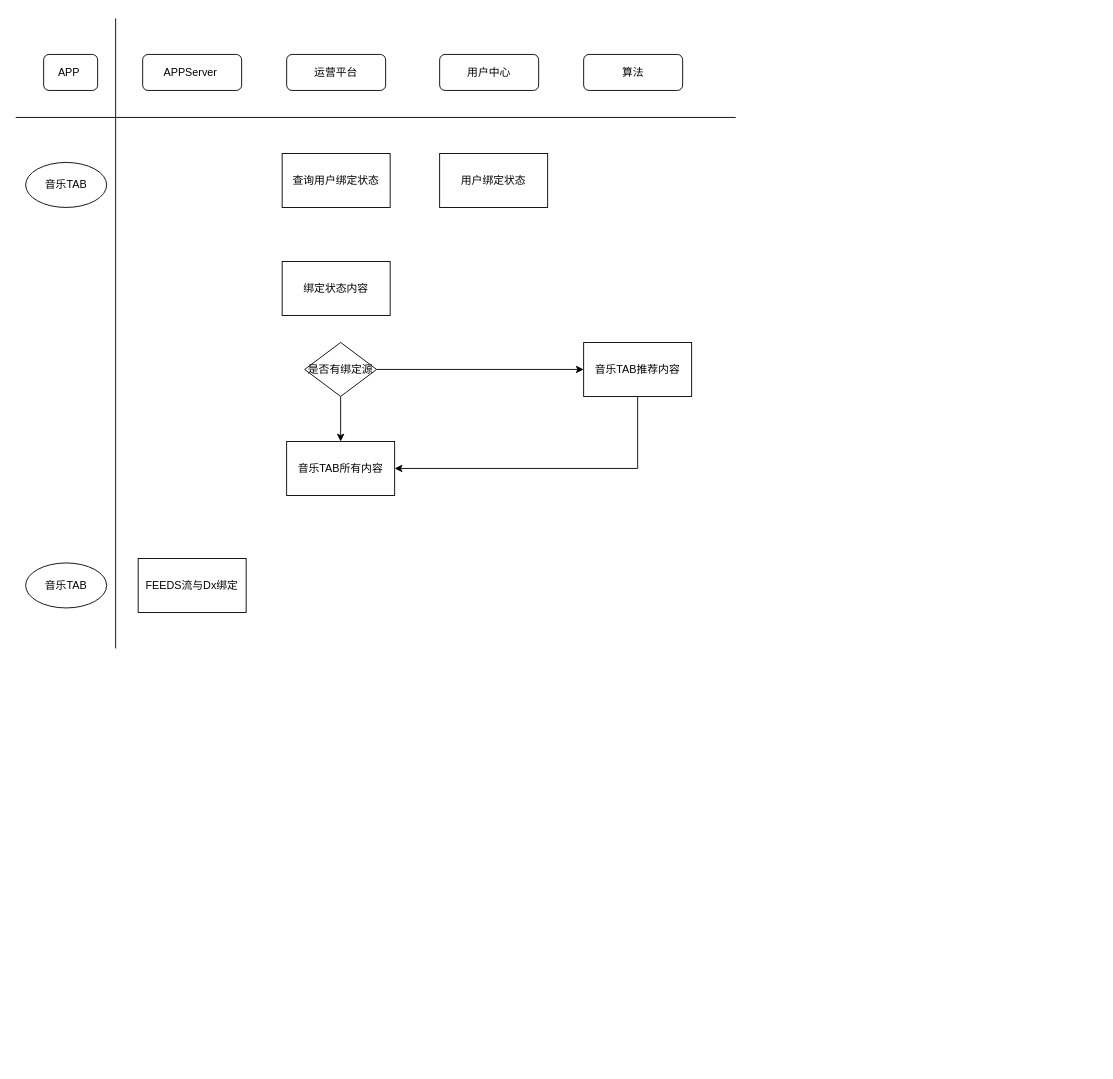
Above: 未绑定状态.drawio in Mcdhcnhk0o0/exercise (draw.io), before the change. Source tidied: cells renumbered, new cells numbered last; positions are measured from the earlier drawing's top-left corner, leaving out a move shared by most shapes. Both pictures are drawn from the tidied source at 90%, with x=0, y=0 at pixel (15, 18).
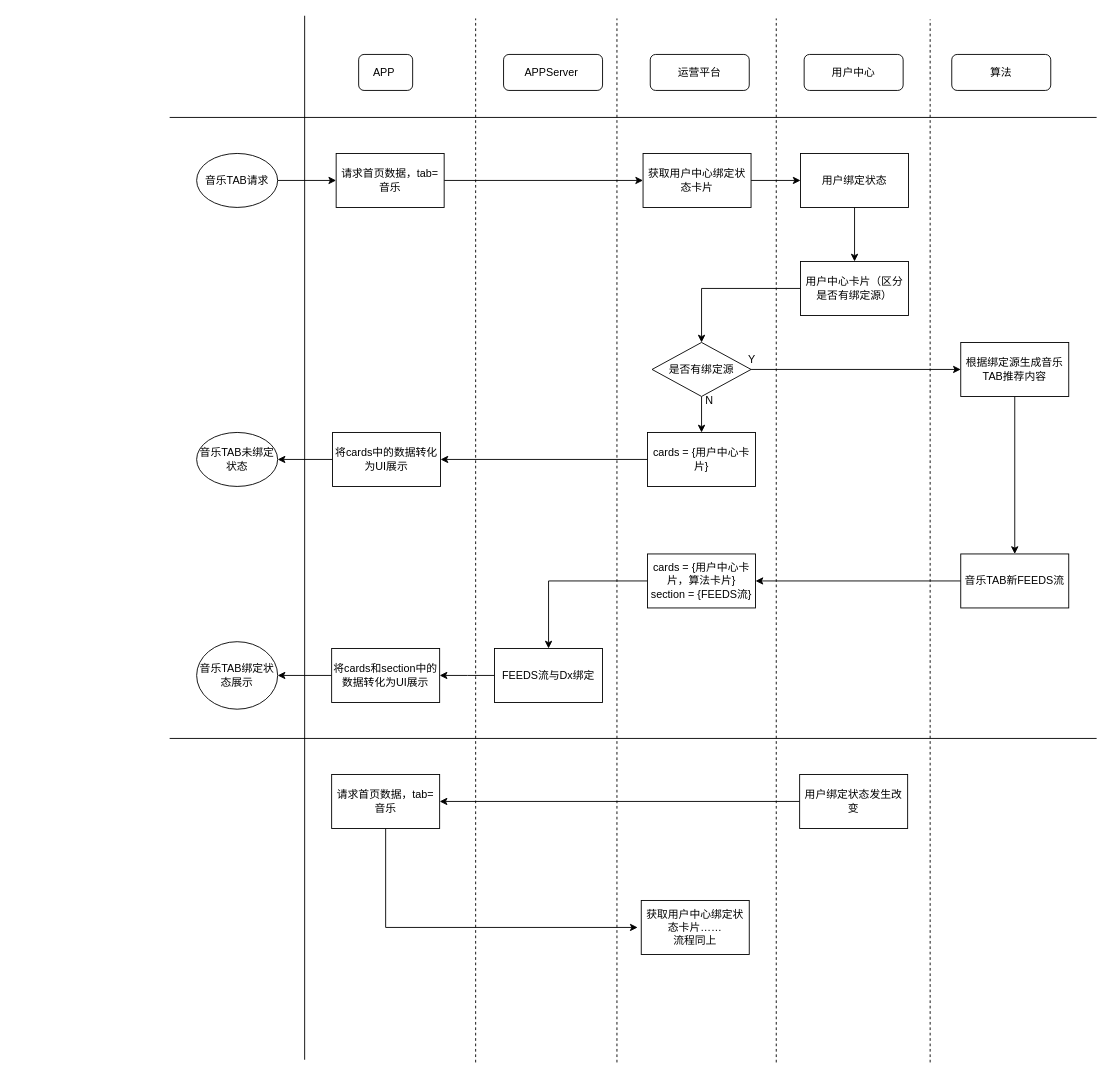
The same page after the edit.

Commit message:
更新未绑定状态.drawio

Diff of the diagram source:
```diff
@@
     <mxCell id="2" value="APP&amp;nbsp;" style="rounded=1;whiteSpace=wrap;html=1;fontSize=12;glass=0;strokeWidth=1;shadow=0;" parent="1" vertex="1">
-      <mxGeometry x="31" y="40" width="60" height="40" as="geometry" />
+      <mxGeometry x="381" y="40" width="60" height="40" as="geometry" />
     </mxCell>
     <mxCell id="3" value="APPServer&amp;nbsp;" style="rounded=1;whiteSpace=wrap;html=1;fontSize=12;glass=0;strokeWidth=1;shadow=0;" parent="1" vertex="1">
-      <mxGeometry x="141" y="40" width="110" height="40" as="geometry" />
+      <mxGeometry x="542" y="40" width="110" height="40" as="geometry" />
     </mxCell>
     <mxCell id="4" value="运营平台" style="rounded=1;whiteSpace=wrap;html=1;fontSize=12;glass=0;strokeWidth=1;shadow=0;" parent="1" vertex="1">
-      <mxGeometry x="301" y="40" width="110" height="40" as="geometry" />
+      <mxGeometry x="705" y="40" width="110" height="40" as="geometry" />
     </mxCell>
     <mxCell id="5" value="用户中心" style="rounded=1;whiteSpace=wrap;html=1;fontSize=12;glass=0;strokeWidth=1;shadow=0;" parent="1" vertex="1">
-      <mxGeometry x="471" y="40" width="110" height="40" as="geometry" />
+      <mxGeometry x="876" y="40" width="110" height="40" as="geometry" />
     </mxCell>
     <mxCell id="6" value="算法" style="rounded=1;whiteSpace=wrap;html=1;fontSize=12;glass=0;strokeWidth=1;shadow=0;" parent="1" vertex="1">
-      <mxGeometry x="631" y="40" width="110" height="40" as="geometry" />
+      <mxGeometry x="1040" y="40" width="110" height="40" as="geometry" />
     </mxCell>
     <mxCell id="7" style="endArrow=none;html=1;rounded=0;" parent="1" edge="1">
       <mxGeometry relative="1" as="geometry">
-        <mxPoint y="110" as="sourcePoint" />
-        <mxPoint x="800" y="110" as="targetPoint" />
+        <mxPoint x="171" y="110" as="sourcePoint" />
+        <mxPoint x="1201" y="110" as="targetPoint" />
       </mxGeometry>
     </mxCell>
     <mxCell id="8" style="endArrow=none;html=1;rounded=0;" parent="1" edge="1">
       <mxGeometry relative="1" as="geometry">
-        <mxPoint x="111" y="700" as="sourcePoint" />
-        <mxPoint x="111" as="targetPoint" />
+        <mxPoint x="321" y="1157" as="sourcePoint" />
+        <mxPoint x="321" y="-3" as="targetPoint" />
       </mxGeometry>
     </mxCell>
+    <mxCell id="21" style="edgeStyle=orthogonalEdgeStyle;rounded=0;jettySize=auto;html=1;entryX=0;entryY=0.5;entryDx=0;entryDy=0;" parent="1" edge="1" source="9" target="50">
+      <mxGeometry relative="1" as="geometry" />
+    </mxCell>
-    <mxCell id="9" value="音乐TAB" style="ellipse;whiteSpace=wrap;html=1;" parent="1" vertex="1">
-      <mxGeometry x="11" y="160" width="90" height="50" as="geometry" />
+    <mxCell id="9" value="音乐TAB请求" style="ellipse;whiteSpace=wrap;html=1;" parent="1" vertex="1">
+      <mxGeometry x="201" y="150" width="90" height="60" as="geometry" />
     </mxCell>
+    <mxCell id="22" style="edgeStyle=orthogonalEdgeStyle;rounded=0;jettySize=auto;html=1;entryX=0.5;entryY=0;entryDx=0;entryDy=0;" parent="1" edge="1" source="10" target="14">
+      <mxGeometry relative="1" as="geometry" />
+    </mxCell>
-    <mxCell id="10" value="用户绑定状态" style="rounded=0;whiteSpace=wrap;html=1;" parent="1" vertex="1">
-      <mxGeometry x="471" y="150" width="120" height="60" as="geometry" />
+    <mxCell id="10" value="用户中心卡片（区分是否有绑定源）" style="rounded=0;whiteSpace=wrap;html=1;" parent="1" vertex="1">
+      <mxGeometry x="872" y="270" width="120" height="60" as="geometry" />
     </mxCell>
+    <mxCell id="23" style="edgeStyle=orthogonalEdgeStyle;rounded=0;jettySize=auto;html=1;entryX=0;entryY=0.5;entryDx=0;entryDy=0;" parent="1" edge="1" source="11" target="33">
+      <mxGeometry relative="1" as="geometry" />
+    </mxCell>
-    <mxCell id="11" value="查询用户绑定状态" style="rounded=0;whiteSpace=wrap;html=1;" parent="1" vertex="1">
-      <mxGeometry x="296" y="150" width="120" height="60" as="geometry" />
+    <mxCell id="11" value="获取用户中心绑定状态卡片" style="rounded=0;whiteSpace=wrap;html=1;" parent="1" vertex="1">
+      <mxGeometry x="697" y="150" width="120" height="60" as="geometry" />
     </mxCell>
+    <mxCell id="24" style="edgeStyle=orthogonalEdgeStyle;rounded=0;jettySize=auto;html=1;entryX=0.5;entryY=0;entryDx=0;entryDy=0;" parent="1" edge="1" source="14" target="31">
+      <mxGeometry relative="1" as="geometry" />
+    </mxCell>
@@
-    <mxCell id="13" style="edgeStyle=orthogonalEdgeStyle;rounded=0;jettySize=auto;html=1;entryX=0.5;entryY=0;entryDx=0;entryDy=0;" parent="1" edge="1" source="14" target="19">
-      <mxGeometry relative="1" as="geometry" />
-    </mxCell>
     <mxCell id="14" value="是否有绑定源" style="rhombus;whiteSpace=wrap;html=1;" parent="1" vertex="1">
-      <mxGeometry x="321" y="360" width="80" height="60" as="geometry" />
+      <mxGeometry x="707" y="360" width="110" height="60" as="geometry" />
     </mxCell>
-    <mxCell id="15" style="edgeStyle=orthogonalEdgeStyle;rounded=0;jettySize=auto;html=1;entryX=1;entryY=0.5;entryDx=0;entryDy=0;" parent="1" edge="1" source="16" target="19">
-      <mxGeometry relative="1" as="geometry">
-        <Array as="points">
-          <mxPoint x="691" y="500" />
-        </Array>
-      </mxGeometry>
-    </mxCell>
+    <mxCell id="25" style="edgeStyle=orthogonalEdgeStyle;rounded=0;jettySize=auto;html=1;entryX=0.5;entryY=0;entryDx=0;entryDy=0;" parent="1" edge="1" source="16" target="29">
+      <mxGeometry relative="1" as="geometry" />
+    </mxCell>
-    <mxCell id="16" value="音乐TAB推荐内容" style="rounded=0;whiteSpace=wrap;html=1;" parent="1" vertex="1">
-      <mxGeometry x="631" y="360" width="120" height="60" as="geometry" />
+    <mxCell id="16" value="根据绑定源生成音乐TAB推荐内容" style="rounded=0;whiteSpace=wrap;html=1;" parent="1" vertex="1">
+      <mxGeometry x="1050" y="360" width="120" height="60" as="geometry" />
     </mxCell>
-    <mxCell id="17" value="绑定状态内容" style="rounded=0;whiteSpace=wrap;html=1;" parent="1" vertex="1">
-      <mxGeometry x="296" y="270" width="120" height="60" as="geometry" />
-    </mxCell>
-    <mxCell id="18" value="音乐TAB" style="ellipse;whiteSpace=wrap;html=1;" parent="1" vertex="1">
-      <mxGeometry x="11" y="605" width="90" height="50" as="geometry" />
-    </mxCell>
+    <mxCell id="26" style="edgeStyle=orthogonalEdgeStyle;rounded=0;jettySize=auto;html=1;entryX=0.5;entryY=0;entryDx=0;entryDy=0;" parent="1" edge="1" source="19" target="20">
+      <mxGeometry relative="1" as="geometry" />
+    </mxCell>
-    <mxCell id="19" value="音乐TAB所有内容" style="rounded=0;whiteSpace=wrap;html=1;" parent="1" vertex="1">
-      <mxGeometry x="301" y="470" width="120" height="60" as="geometry" />
+    <mxCell id="19" value="cards = {用户中心卡片，算法卡片}&lt;br&gt;section = {FEEDS流}" style="rounded=0;whiteSpace=wrap;html=1;" parent="1" vertex="1">
+      <mxGeometry x="702" y="595" width="120" height="60" as="geometry" />
     </mxCell>
+    <mxCell id="27" style="edgeStyle=orthogonalEdgeStyle;rounded=0;jettySize=auto;html=1;" parent="1" edge="1" source="20">
+      <mxGeometry relative="1" as="geometry">
+        <mxPoint x="471" y="730" as="targetPoint" />
+      </mxGeometry>
+    </mxCell>
     <mxCell id="20" value="FEEDS流与Dx绑定" style="rounded=0;whiteSpace=wrap;html=1;" parent="1" vertex="1">
-      <mxGeometry x="136" y="600" width="120" height="60" as="geometry" />
+      <mxGeometry x="532" y="700" width="120" height="60" as="geometry" />
     </mxCell>
+    <mxCell id="28" style="edgeStyle=orthogonalEdgeStyle;rounded=0;jettySize=auto;html=1;entryX=1;entryY=0.5;entryDx=0;entryDy=0;" parent="1" edge="1" source="29" target="19">
+      <mxGeometry relative="1" as="geometry" />
+    </mxCell>
+    <mxCell id="29" value="音乐TAB新FEEDS流" style="rounded=0;whiteSpace=wrap;html=1;" parent="1" vertex="1">
+      <mxGeometry x="1050" y="595" width="120" height="60" as="geometry" />
+    </mxCell>
+    <mxCell id="30" style="edgeStyle=orthogonalEdgeStyle;rounded=0;jettySize=auto;html=1;entryX=1;entryY=0.5;entryDx=0;entryDy=0;" parent="1" edge="1" source="31" target="39">
+      <mxGeometry relative="1" as="geometry" />
+    </mxCell>
+    <mxCell id="31" value="cards = {用户中心卡片}" style="rounded=0;whiteSpace=wrap;html=1;" parent="1" vertex="1">
+      <mxGeometry x="702" y="460" width="120" height="60" as="geometry" />
+    </mxCell>
+    <mxCell id="32" style="edgeStyle=orthogonalEdgeStyle;rounded=0;jettySize=auto;html=1;entryX=0.5;entryY=0;entryDx=0;entryDy=0;" parent="1" edge="1" source="33" target="10">
+      <mxGeometry relative="1" as="geometry" />
+    </mxCell>
+    <mxCell id="33" value="用户绑定状态" style="rounded=0;whiteSpace=wrap;html=1;" parent="1" vertex="1">
+      <mxGeometry x="872" y="150" width="120" height="60" as="geometry" />
+    </mxCell>
+    <mxCell id="34" style="endArrow=none;html=1;rounded=0;dashed=1;" parent="1" edge="1">
+      <mxGeometry relative="1" as="geometry">
+        <mxPoint x="668" y="1160" as="sourcePoint" />
+        <mxPoint x="668" as="targetPoint" />
+      </mxGeometry>
+    </mxCell>
+    <mxCell id="35" style="endArrow=none;html=1;rounded=0;dashed=1;" parent="1" edge="1">
+      <mxGeometry relative="1" as="geometry">
+        <mxPoint x="845" y="1160" as="sourcePoint" />
+        <mxPoint x="845" as="targetPoint" />
+      </mxGeometry>
+    </mxCell>
+    <mxCell id="36" style="endArrow=none;html=1;rounded=0;dashed=1;" parent="1" edge="1">
+      <mxGeometry relative="1" as="geometry">
+        <mxPoint x="1016" y="1160" as="sourcePoint" />
+        <mxPoint x="1016" y="1" as="targetPoint" />
+      </mxGeometry>
+    </mxCell>
+    <mxCell id="37" value="Y" style="text;html=1;strokeColor=none;fillColor=none;align=center;verticalAlign=middle;whiteSpace=wrap;rounded=0;" parent="1" vertex="1">
+      <mxGeometry x="788" y="364" width="60" height="30" as="geometry" />
+    </mxCell>
+    <mxCell id="38" style="edgeStyle=orthogonalEdgeStyle;rounded=0;jettySize=auto;html=1;entryX=1;entryY=0.5;entryDx=0;entryDy=0;" parent="1" edge="1" source="39" target="40">
+      <mxGeometry relative="1" as="geometry" />
+    </mxCell>
+    <mxCell id="39" value="将cards中的数据转化为UI展示" style="rounded=0;whiteSpace=wrap;html=1;" parent="1" vertex="1">
+      <mxGeometry x="352" y="460" width="120" height="60" as="geometry" />
+    </mxCell>
+    <mxCell id="40" value="音乐TAB未绑定状态" style="ellipse;whiteSpace=wrap;html=1;" parent="1" vertex="1">
+      <mxGeometry x="201" y="460" width="90" height="60" as="geometry" />
+    </mxCell>
+    <mxCell id="41" value="音乐TAB绑定状态展示" style="ellipse;whiteSpace=wrap;html=1;" parent="1" vertex="1">
+      <mxGeometry x="201" y="692.5" width="90" height="75" as="geometry" />
+    </mxCell>
+    <mxCell id="42" style="edgeStyle=orthogonalEdgeStyle;rounded=0;jettySize=auto;html=1;entryX=1;entryY=0.5;entryDx=0;entryDy=0;" parent="1" edge="1" source="43" target="41">
+      <mxGeometry relative="1" as="geometry" />
+    </mxCell>
+    <mxCell id="43" value="将cards和section中的数据转化为UI展示" style="rounded=0;whiteSpace=wrap;html=1;" parent="1" vertex="1">
+      <mxGeometry x="351" y="700" width="120" height="60" as="geometry" />
+    </mxCell>
+    <mxCell id="44" style="endArrow=none;html=1;rounded=0;" parent="1" edge="1">
+      <mxGeometry relative="1" as="geometry">
+        <mxPoint x="171" y="800" as="sourcePoint" />
+        <mxPoint x="1201" y="800" as="targetPoint" />
+      </mxGeometry>
+    </mxCell>
+    <mxCell id="45" style="endArrow=none;html=1;rounded=0;dashed=1;" parent="1" edge="1">
+      <mxGeometry relative="1" as="geometry">
+        <mxPoint x="511" y="1160" as="sourcePoint" />
+        <mxPoint x="511" as="targetPoint" />
+      </mxGeometry>
+    </mxCell>
+    <mxCell id="46" value="N" style="text;html=1;strokeColor=none;fillColor=none;align=center;verticalAlign=middle;whiteSpace=wrap;rounded=0;" parent="1" vertex="1">
+      <mxGeometry x="741" y="410" width="60" height="30" as="geometry" />
+    </mxCell>
+    <mxCell id="47" style="edgeStyle=orthogonalEdgeStyle;rounded=0;jettySize=auto;html=1;entryX=1;entryY=0.5;entryDx=0;entryDy=0;" parent="1" edge="1" source="48" target="52">
+      <mxGeometry relative="1" as="geometry" />
+    </mxCell>
+    <mxCell id="48" value="用户绑定状态发生改变" style="rounded=0;whiteSpace=wrap;html=1;" parent="1" vertex="1">
+      <mxGeometry x="871" y="840" width="120" height="60" as="geometry" />
+    </mxCell>
+    <mxCell id="49" style="edgeStyle=orthogonalEdgeStyle;rounded=0;jettySize=auto;html=1;entryX=0;entryY=0.5;entryDx=0;entryDy=0;" parent="1" edge="1" source="50" target="11">
+      <mxGeometry relative="1" as="geometry" />
+    </mxCell>
+    <mxCell id="50" value="请求首页数据，tab=音乐" style="rounded=0;whiteSpace=wrap;html=1;" parent="1" vertex="1">
+      <mxGeometry x="356" y="150" width="120" height="60" as="geometry" />
+    </mxCell>
+    <mxCell id="51" style="edgeStyle=orthogonalEdgeStyle;rounded=0;jettySize=auto;html=1;" parent="1" edge="1" source="52">
+      <mxGeometry relative="1" as="geometry">
+        <mxPoint x="691" y="1010" as="targetPoint" />
+        <Array as="points">
+          <mxPoint x="411" y="1010" />
+        </Array>
+      </mxGeometry>
+    </mxCell>
+    <mxCell id="52" value="请求首页数据，tab=音乐" style="rounded=0;whiteSpace=wrap;html=1;" parent="1" vertex="1">
+      <mxGeometry x="351" y="840" width="120" height="60" as="geometry" />
+    </mxCell>
+    <mxCell id="53" value="获取用户中心绑定状态卡片……&lt;br&gt;流程同上" style="rounded=0;whiteSpace=wrap;html=1;" parent="1" vertex="1">
+      <mxGeometry x="695" y="980" width="120" height="60" as="geometry" />
+    </mxCell>
```
